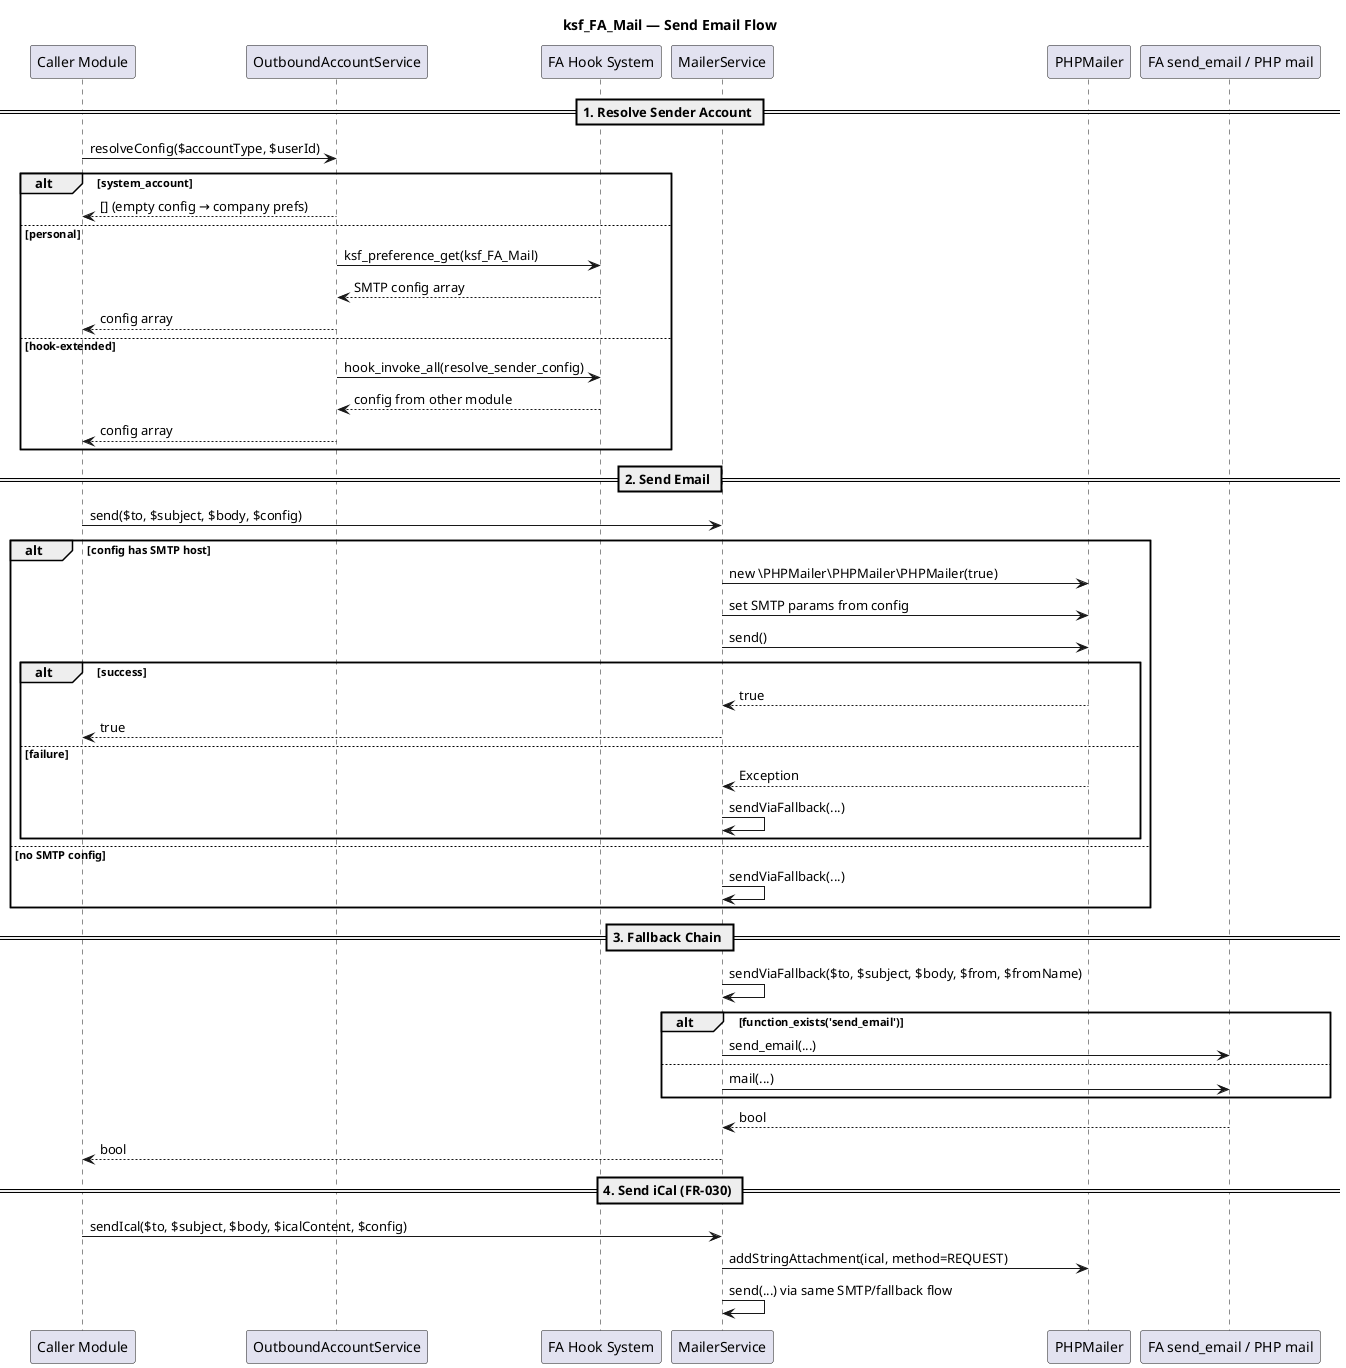
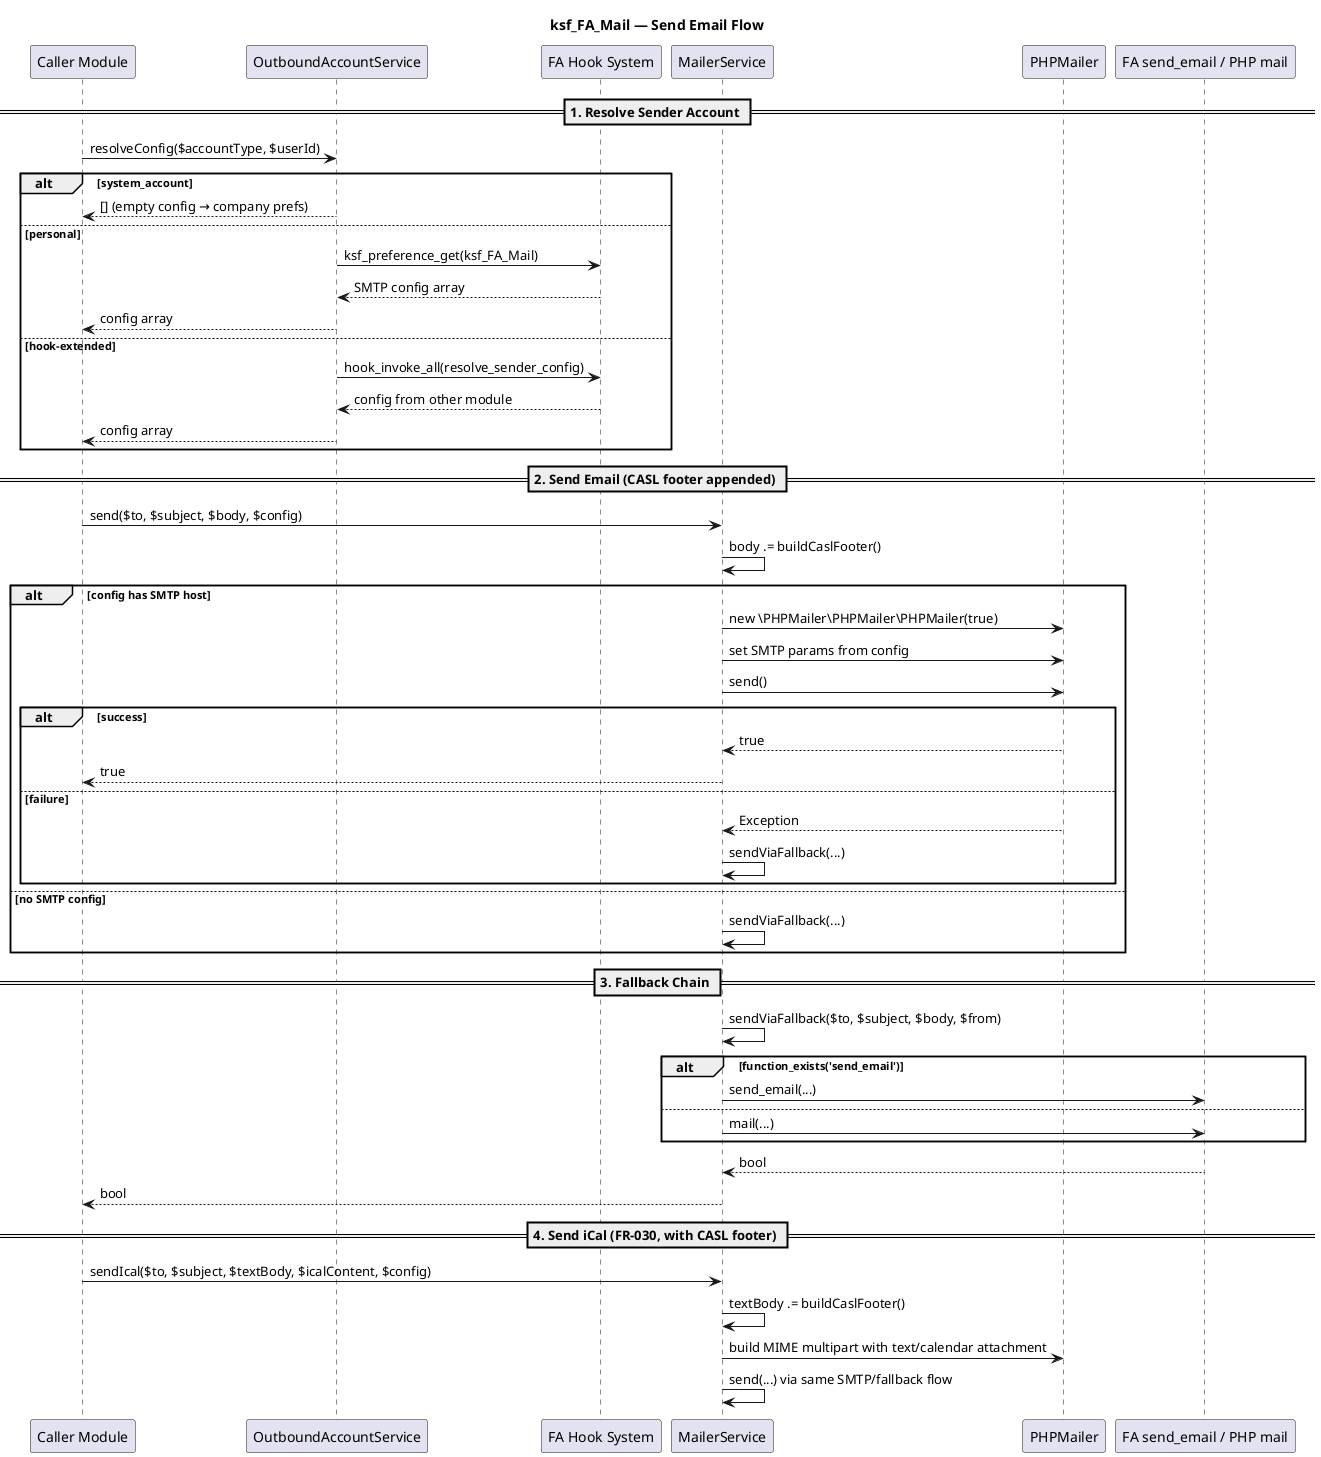
@startuml
title ksf_FA_Mail — Send Email Flow

participant Caller as "Caller Module"
participant OutboundAccount as "OutboundAccountService"
participant Hooks as "FA Hook System"
participant Mailer as "MailerService"
participant PHPMailer as "PHPMailer"
participant Fallback as "FA send_email / PHP mail"

== 1. Resolve Sender Account ==
Caller -> OutboundAccount: resolveConfig($accountType, $userId)
alt system_account
    OutboundAccount --> Caller: [] (empty config → company prefs)
else personal
    OutboundAccount -> Hooks: ksf_preference_get(ksf_FA_Mail)
    Hooks --> OutboundAccount: SMTP config array
    OutboundAccount --> Caller: config array
else hook-extended
    OutboundAccount -> Hooks: hook_invoke_all(resolve_sender_config)
    Hooks --> OutboundAccount: config from other module
    OutboundAccount --> Caller: config array
end

- == 2. Send Email ==
+ == 2. Send Email (CASL footer appended) ==
Caller -> Mailer: send($to, $subject, $body, $config)
+ Mailer -> Mailer: body .= buildCaslFooter()
alt config has SMTP host
    Mailer -> PHPMailer: new \PHPMailer\PHPMailer\PHPMailer(true)
    Mailer -> PHPMailer: set SMTP params from config
    Mailer -> PHPMailer: send()
    alt success
        PHPMailer --> Mailer: true
        Mailer --> Caller: true
    else failure
        PHPMailer --> Mailer: Exception
        Mailer -> Mailer: sendViaFallback(...)
    end
else no SMTP config
    Mailer -> Mailer: sendViaFallback(...)
end

== 3. Fallback Chain ==
- Mailer -> Mailer: sendViaFallback($to, $subject, $body, $from, $fromName)
+ Mailer -> Mailer: sendViaFallback($to, $subject, $body, $from)
alt function_exists('send_email')
    Mailer -> Fallback: send_email(...)
else
    Mailer -> Fallback: mail(...)
end
Fallback --> Mailer: bool
Mailer --> Caller: bool

- == 4. Send iCal (FR-030) ==
- Caller -> Mailer: sendIcal($to, $subject, $body, $icalContent, $config)
- Mailer -> PHPMailer: addStringAttachment(ical, method=REQUEST)
+ == 4. Send iCal (FR-030, with CASL footer) ==
+ Caller -> Mailer: sendIcal($to, $subject, $textBody, $icalContent, $config)
+ Mailer -> Mailer: textBody .= buildCaslFooter()
+ Mailer -> PHPMailer: build MIME multipart with text/calendar attachment
Mailer -> Mailer: send(...) via same SMTP/fallback flow

@enduml
